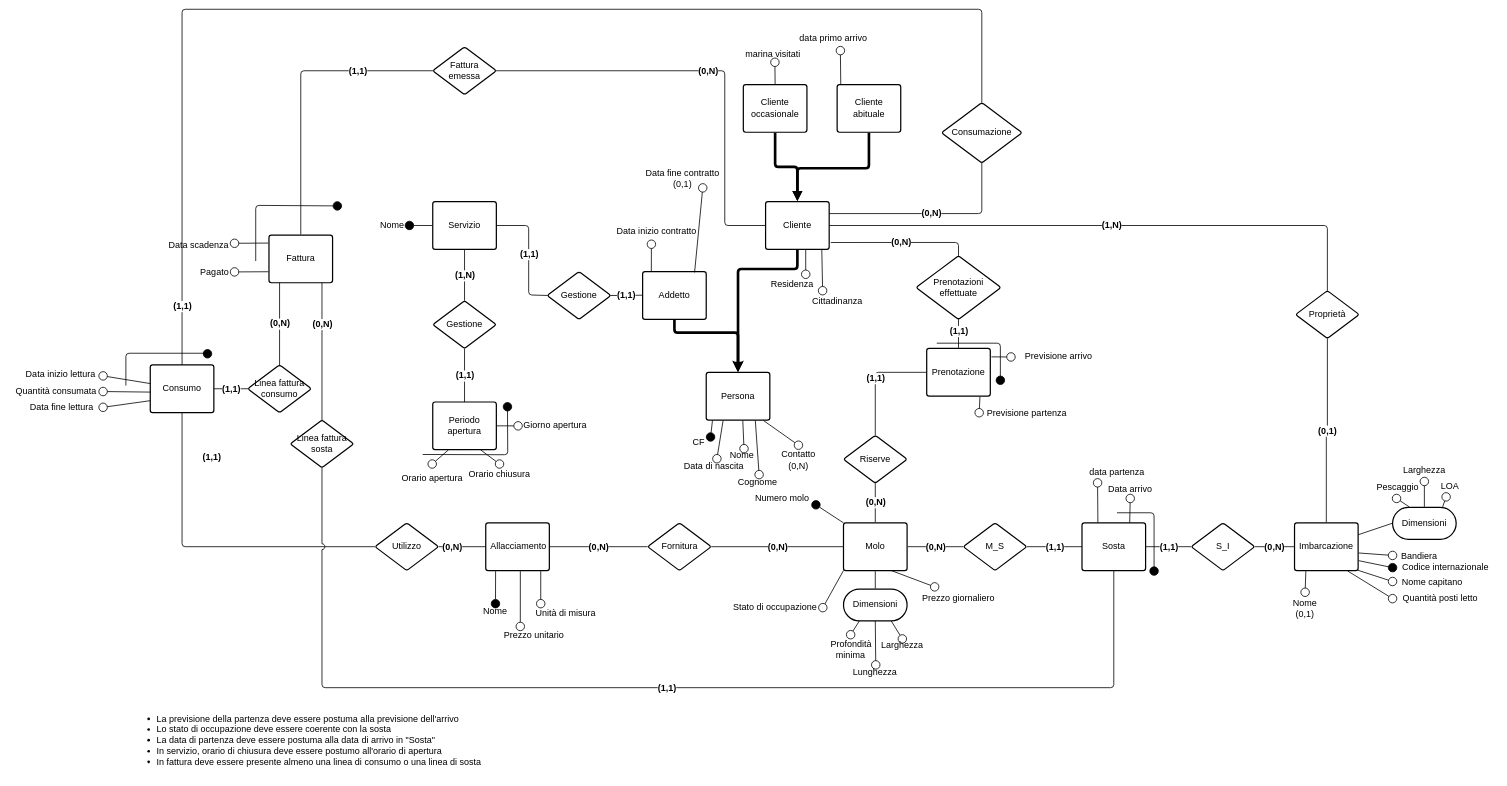
Above: page "Concettuale ridotto" (4 of 5) of src_relazione_tex/Er.drawio in alessandro-massarenti/Progetto-basi-di-dati-2022 (draw.io), before the change. Source tidied: cells renumbered, new cells numbered last; positions are measured from the earlier drawing's top-left corner, leaving out a move shared by most shapes. Both pictures are drawn from the tidied source at 53%, with x=0, y=0 at pixel (9, 9).
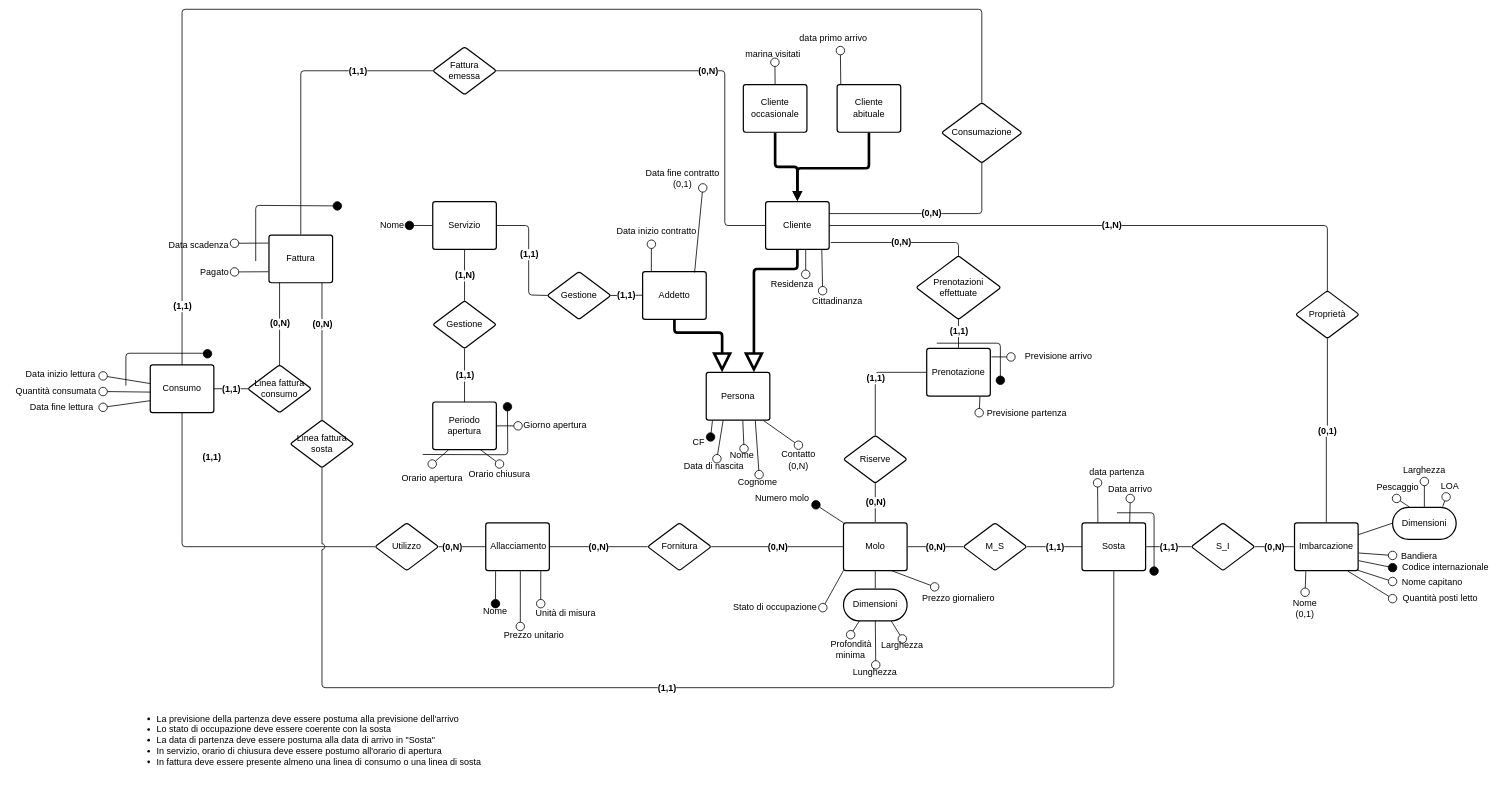
After the change.

Commit message:
La generalizzazione sovrapposta è stata splittata in due generalizzazioni parziali close #15

Unchanged cells that the change refers to:
```xml
<mxCell id="34" value="Cliente" style="html=1;overflow=block;blockSpacing=1;whiteSpace=wrap;fontSize=17;fontColor=#000000;spacing=9;strokeColor=#000000;strokeOpacity=100;rounded=1;absoluteArcSize=1;arcSize=9;strokeWidth=2.3;" parent="1" vertex="1">
  <mxGeometry x="1427" y="363" width="120" height="90" as="geometry" />
</mxCell>
<mxCell id="35" value="Addetto" style="html=1;overflow=block;blockSpacing=1;whiteSpace=wrap;fontSize=17;fontColor=#000000;spacing=9;strokeColor=#000000;strokeOpacity=100;rounded=1;absoluteArcSize=1;arcSize=9;strokeWidth=2.3;" parent="1" vertex="1">
  <mxGeometry x="1195" y="495" width="120" height="90" as="geometry" />
</mxCell>
<mxCell id="37" value="Persona" style="html=1;overflow=block;blockSpacing=1;whiteSpace=wrap;fontSize=17;fontColor=#000000;spacing=9;strokeColor=#000000;strokeOpacity=100;rounded=1;absoluteArcSize=1;arcSize=9;strokeWidth=2.3;" parent="1" vertex="1">
  <mxGeometry x="1315" y="685" width="120" height="90" as="geometry" />
</mxCell>
```

The edit, as a diff of the source:
```diff
@@
-    <mxCell id="38" style="html=1;jettySize=18;whiteSpace=wrap;fontSize=17;strokeColor=#000000;strokeWidth=5;rounded=1;arcSize=12;edgeStyle=orthogonalEdgeStyle;startArrow=none;endArrow=classic;exitX=0.5;exitY=1.012;exitPerimeter=0;endFill=1;entryX=0.5;entryY=0;entryDx=0;entryDy=0;" parent="1" edge="1" source="35" target="37">
+    <mxCell id="38" style="html=1;jettySize=18;whiteSpace=wrap;fontSize=17;strokeColor=#000000;strokeWidth=5;rounded=1;arcSize=12;edgeStyle=orthogonalEdgeStyle;startArrow=none;endArrow=block;exitX=0.5;exitY=1.012;exitPerimeter=0;endFill=0;entryX=0.25;entryY=0;entryDx=0;entryDy=0;endSize=25;" parent="1" edge="1" source="35" target="37">
       <mxGeometry relative="1" as="geometry">
         <Array as="points">
           <mxPoint x="1255" y="610" />
-          <mxPoint x="1375" y="610" />
+          <mxPoint x="1345" y="610" />
         </Array>
       </mxGeometry>
     </mxCell>
-    <mxCell id="39" style="html=1;jettySize=18;whiteSpace=wrap;fontSize=17;strokeColor=#000000;strokeWidth=5;rounded=1;arcSize=12;edgeStyle=orthogonalEdgeStyle;startArrow=none;endArrow=block;endFill=1;exitX=0.5;exitY=1.012;exitPerimeter=0;entryX=0.5;entryY=-0.012;entryPerimeter=0;" parent="1" edge="1" source="34" target="37">
+    <mxCell id="39" style="html=1;jettySize=18;whiteSpace=wrap;fontSize=17;strokeColor=#000000;strokeWidth=5;rounded=1;arcSize=12;edgeStyle=orthogonalEdgeStyle;startArrow=none;endArrow=block;endFill=0;exitX=0.5;exitY=1.012;exitPerimeter=0;entryX=0.75;entryY=0;entryDx=0;entryDy=0;startSize=0;endSize=25;" parent="1" edge="1" source="34" target="37">
       <mxGeometry relative="1" as="geometry">
         <Array as="points">
           <mxPoint x="1487" y="490" />
-          <mxPoint x="1375" y="490" />
+          <mxPoint x="1405" y="490" />
         </Array>
       </mxGeometry>
     </mxCell>
```
